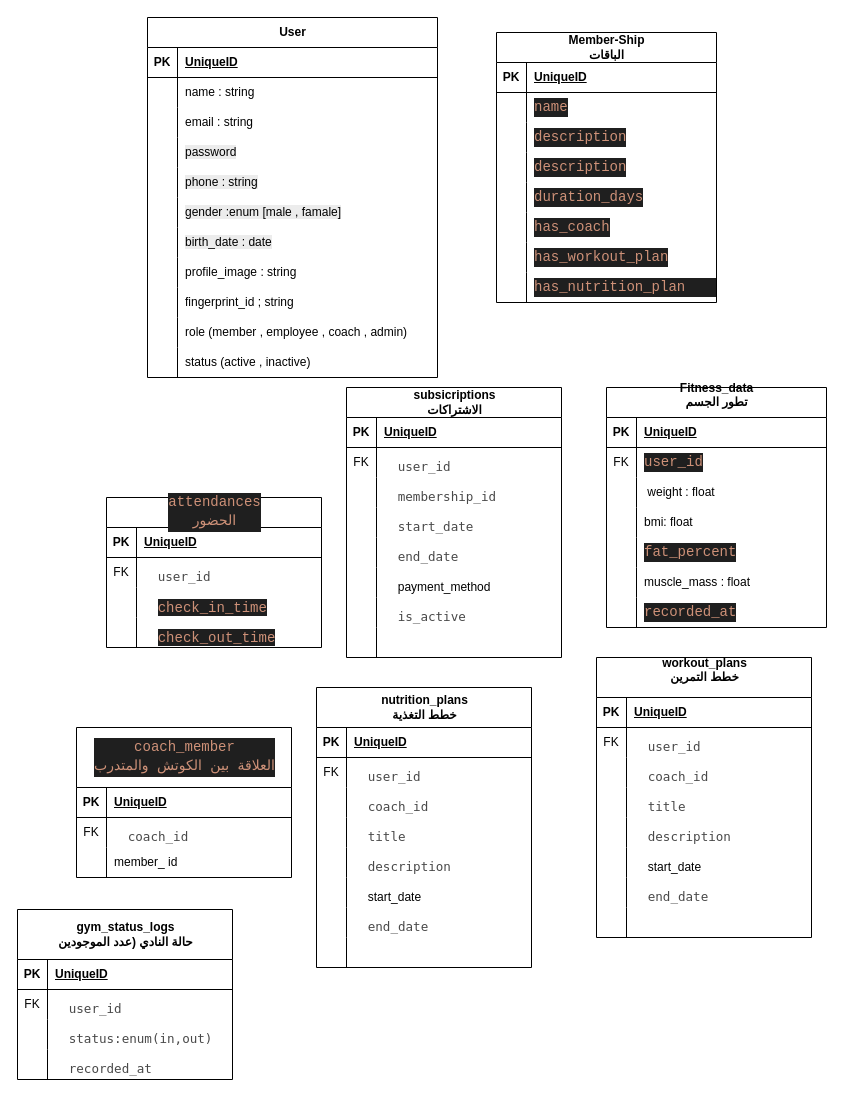
Above: Untitled Diagram.drawio in WaseemAlikhwan/Gym-System (draw.io), before the change. Source tidied: cells renumbered, new cells numbered last; positions are measured from the earlier drawing's top-left corner, leaving out a move shared by most shapes. Both pictures are drawn from the tidied source at 100%, with x=0, y=0 at pixel (17, 17).
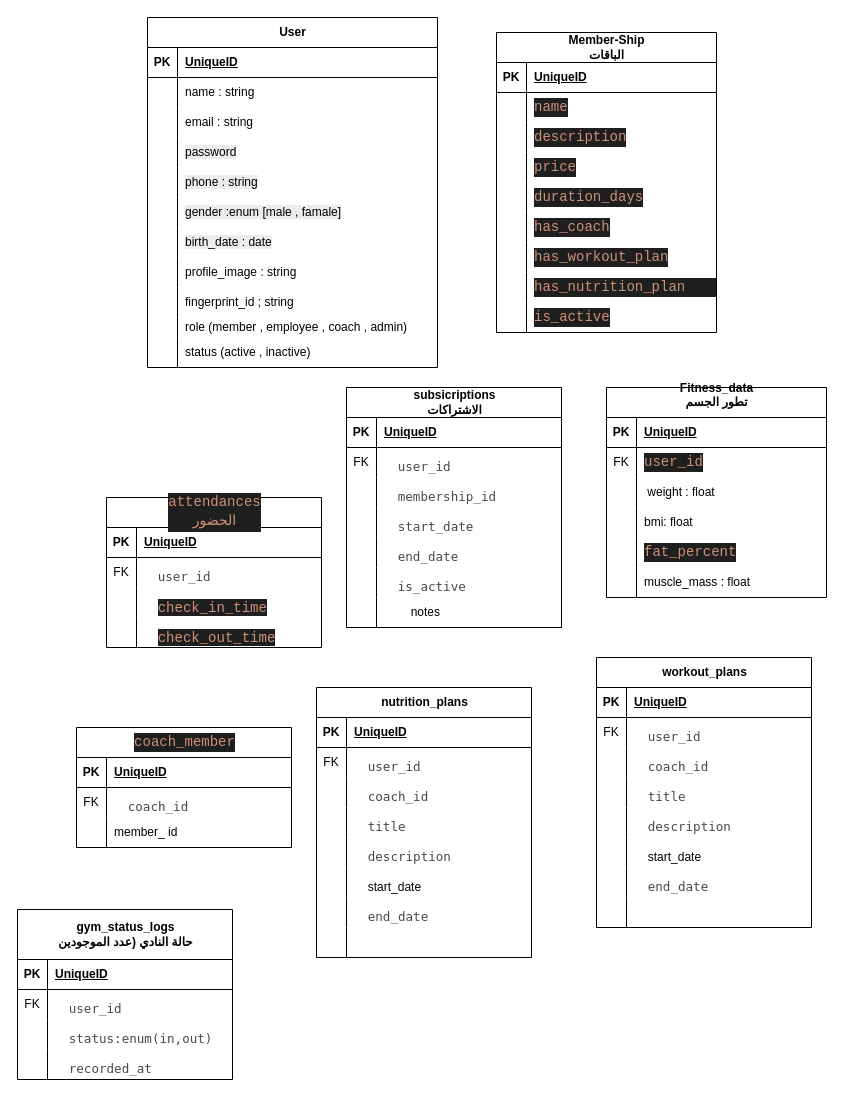
The same page after the edit.

Unchanged cells that the change refers to:
```xml
<mxCell id="12" style="shape=tableRow;horizontal=0;startSize=0;swimlaneHead=0;swimlaneBody=0;fillColor=none;top=0;left=0;right=0;bottom=0;" parent="2" vertex="1">
  <mxGeometry y="120" width="220" height="30" as="geometry" />
</mxCell>
```

What changed in the source:
```diff
@@
     <mxCell id="2" value="Member-Ship&lt;div&gt;الباقات&lt;/div&gt;" style="shape=table;startSize=30;childLayout=tableLayout;rowLines=0;fontStyle=1;align=center;html=1;" parent="1" vertex="1">
-      <mxGeometry x="479" y="15" width="220" height="270" as="geometry" />
+      <mxGeometry x="479" y="15" width="220" height="300" as="geometry" />
     </mxCell>
@@
-    <mxCell id="14" value="&lt;div style=&quot;color: rgb(204, 204, 204); background-color: rgb(31, 31, 31); font-family: Consolas, &amp;quot;Courier New&amp;quot;, monospace; font-size: 14px; line-height: 19px; white-space: pre;&quot;&gt;&lt;span style=&quot;color: #ce9178;&quot;&gt;description&lt;/span&gt;&lt;/div&gt;" style="shape=partialRectangle;fillColor=none;top=0;left=0;bottom=0;right=0;align=left;spacingLeft=6;overflow=hidden;whiteSpace=wrap;html=1;" parent="12" vertex="1">
+    <mxCell id="14" value="&lt;div style=&quot;color: rgb(204, 204, 204); background-color: rgb(31, 31, 31); font-family: Consolas, &amp;quot;Courier New&amp;quot;, monospace; font-size: 14px; line-height: 19px; white-space: pre;&quot;&gt;&lt;div style=&quot;line-height: 19px;&quot;&gt;&lt;span style=&quot;color: #ce9178;&quot;&gt;price&lt;/span&gt;&lt;/div&gt;&lt;/div&gt;" style="shape=partialRectangle;fillColor=none;top=0;left=0;bottom=0;right=0;align=left;spacingLeft=6;overflow=hidden;whiteSpace=wrap;html=1;" parent="12" vertex="1">
       <mxGeometry x="30" width="190" height="30" as="geometry" />
     </mxCell>
@@
+    <mxCell id="194" style="shape=tableRow;horizontal=0;startSize=0;swimlaneHead=0;swimlaneBody=0;fillColor=none;top=0;left=0;right=0;bottom=0;" parent="2" vertex="1">
+      <mxGeometry y="270" width="220" height="30" as="geometry" />
+    </mxCell>
+    <mxCell id="195" style="shape=partialRectangle;fillColor=none;top=0;left=0;bottom=0;right=0;overflow=hidden;whiteSpace=wrap;html=1;" parent="194" vertex="1">
+      <mxGeometry width="30" height="30" as="geometry" />
+    </mxCell>
+    <mxCell id="196" value="&lt;div style=&quot;color: rgb(204, 204, 204); background-color: rgb(31, 31, 31); font-family: Consolas, &amp;quot;Courier New&amp;quot;, monospace; font-size: 14px; line-height: 19px; white-space: pre;&quot;&gt;&lt;div style=&quot;line-height: 19px;&quot;&gt;&lt;div style=&quot;line-height: 19px;&quot;&gt;&lt;div style=&quot;line-height: 19px;&quot;&gt;&lt;span style=&quot;color: #ce9178;&quot;&gt;is_active&lt;/span&gt;&lt;/div&gt;&lt;/div&gt;&lt;/div&gt;&lt;/div&gt;" style="shape=partialRectangle;fillColor=none;top=0;left=0;bottom=0;right=0;align=left;spacingLeft=6;overflow=hidden;whiteSpace=wrap;html=1;" parent="194" vertex="1">
+      <mxGeometry x="30" width="190" height="30" as="geometry" />
+    </mxCell>
     <mxCell id="27" value="User" style="shape=table;startSize=30;childLayout=tableLayout;rowLines=0;fontStyle=1;align=center;html=1;" parent="1" vertex="1">
-      <mxGeometry x="130" width="290" height="360" as="geometry" />
+      <mxGeometry x="130" width="290" height="350" as="geometry" />
     </mxCell>
@@
     <mxCell id="55" style="shape=tableRow;horizontal=0;startSize=0;swimlaneHead=0;swimlaneBody=0;fillColor=none;top=0;left=0;right=0;bottom=0;" parent="27" vertex="1">
-      <mxGeometry y="300" width="290" height="30" as="geometry" />
+      <mxGeometry y="300" width="290" height="20" as="geometry" />
     </mxCell>
     <mxCell id="56" style="shape=partialRectangle;fillColor=none;top=0;left=0;bottom=0;right=0;overflow=hidden;whiteSpace=wrap;html=1;" parent="55" vertex="1">
-      <mxGeometry width="30" height="30" as="geometry" />
+      <mxGeometry width="30" height="20" as="geometry" />
     </mxCell>
     <mxCell id="57" value="role (member , employee , coach , admin)" style="shape=partialRectangle;fillColor=none;top=0;left=0;bottom=0;right=0;align=left;spacingLeft=6;overflow=hidden;whiteSpace=wrap;html=1;" parent="55" vertex="1">
-      <mxGeometry x="30" width="260" height="30" as="geometry" />
+      <mxGeometry x="30" width="260" height="20" as="geometry" />
     </mxCell>
     <mxCell id="58" style="shape=tableRow;horizontal=0;startSize=0;swimlaneHead=0;swimlaneBody=0;fillColor=none;top=0;left=0;right=0;bottom=0;" parent="27" vertex="1">
-      <mxGeometry y="330" width="290" height="30" as="geometry" />
+      <mxGeometry y="320" width="290" height="30" as="geometry" />
     </mxCell>
@@
     <mxCell id="61" value="Fitness_data&lt;div&gt;&lt;div&gt;تطور الجسم&lt;/div&gt;&lt;/div&gt;&lt;div&gt;&lt;br&gt;&lt;/div&gt;" style="shape=table;startSize=30;childLayout=tableLayout;rowLines=0;fontStyle=1;align=center;html=1;" parent="1" vertex="1">
-      <mxGeometry x="589" y="370" width="220" height="240" as="geometry" />
+      <mxGeometry x="589" y="370" width="220" height="210" as="geometry" />
     </mxCell>
@@
-    <mxCell id="80" style="shape=tableRow;horizontal=0;startSize=0;swimlaneHead=0;swimlaneBody=0;fillColor=none;top=0;left=0;right=0;bottom=0;" parent="61" vertex="1">
-      <mxGeometry y="210" width="220" height="30" as="geometry" />
-    </mxCell>
-    <mxCell id="81" style="shape=partialRectangle;fillColor=none;top=0;left=0;bottom=0;right=0;overflow=hidden;whiteSpace=wrap;html=1;" parent="80" vertex="1">
-      <mxGeometry width="30" height="30" as="geometry" />
-    </mxCell>
-    <mxCell id="82" value="&lt;div style=&quot;color: rgb(204, 204, 204); background-color: rgb(31, 31, 31); font-family: Consolas, &amp;quot;Courier New&amp;quot;, monospace; font-size: 14px; line-height: 19px; white-space: pre;&quot;&gt;&lt;span style=&quot;color: #ce9178;&quot;&gt;recorded_at&lt;/span&gt;&lt;/div&gt;" style="shape=partialRectangle;fillColor=none;top=0;left=0;bottom=0;right=0;align=left;spacingLeft=6;overflow=hidden;whiteSpace=wrap;html=1;" parent="80" vertex="1">
-      <mxGeometry x="30" width="190" height="30" as="geometry" />
-    </mxCell>
     <mxCell id="83" value="subsicriptions&lt;div&gt;الاشتراكات&lt;/div&gt;" style="shape=table;startSize=30;childLayout=tableLayout;rowLines=0;fontStyle=1;align=center;html=1;" parent="1" vertex="1">
-      <mxGeometry x="329" y="370" width="215" height="270" as="geometry" />
+      <mxGeometry x="329" y="370" width="215" height="240" as="geometry" />
     </mxCell>
@@
-    <mxCell id="99" style="shape=tableRow;horizontal=0;startSize=0;swimlaneHead=0;swimlaneBody=0;fillColor=none;top=0;left=0;right=0;bottom=0;" parent="83" vertex="1">
-      <mxGeometry y="180" width="215" height="30" as="geometry" />
-    </mxCell>
-    <mxCell id="100" style="shape=partialRectangle;fillColor=none;top=0;left=0;bottom=0;right=0;overflow=hidden;whiteSpace=wrap;html=1;" parent="99" vertex="1">
-      <mxGeometry width="30" height="30" as="geometry" />
-    </mxCell>
-    <mxCell id="101" value="&lt;pre style=&quot;font-family: Menlo, &amp;quot;Roboto Mono&amp;quot;, &amp;quot;Courier New&amp;quot;, Courier, monospace, Inter, sans-serif; overflow: auto; padding: 9.144px 13.716px; text-wrap-mode: wrap; word-break: break-all; color: rgb(73, 73, 73); font-size: 12.573px; margin: 0px !important;&quot;&gt;&lt;span style=&quot;color: rgb(0, 0, 0); font-family: Helvetica; font-size: 12px; white-space-collapse: collapse;&quot;&gt;payment_method&lt;/span&gt;&lt;/pre&gt;" style="shape=partialRectangle;fillColor=none;top=0;left=0;bottom=0;right=0;align=left;spacingLeft=6;overflow=hidden;whiteSpace=wrap;html=1;" parent="99" vertex="1">
-      <mxGeometry x="30" width="185" height="30" as="geometry" />
-    </mxCell>
     <mxCell id="102" style="shape=tableRow;horizontal=0;startSize=0;swimlaneHead=0;swimlaneBody=0;fillColor=none;top=0;left=0;right=0;bottom=0;" parent="83" vertex="1">
-      <mxGeometry y="210" width="215" height="30" as="geometry" />
+      <mxGeometry y="180" width="215" height="30" as="geometry" />
     </mxCell>
@@
     <mxCell id="105" style="shape=tableRow;horizontal=0;startSize=0;swimlaneHead=0;swimlaneBody=0;fillColor=none;top=0;left=0;right=0;bottom=0;" parent="83" vertex="1">
-      <mxGeometry y="240" width="215" height="30" as="geometry" />
+      <mxGeometry y="210" width="215" height="30" as="geometry" />
     </mxCell>
@@
-    <mxCell id="107" style="shape=partialRectangle;fillColor=none;top=0;left=0;bottom=0;right=0;align=left;spacingLeft=6;overflow=hidden;whiteSpace=wrap;html=1;" parent="105" vertex="1">
+    <mxCell id="107" value="&lt;span style=&quot;white-space: pre;&quot;&gt;&#9;&lt;/span&gt;notes" style="shape=partialRectangle;fillColor=none;top=0;left=0;bottom=0;right=0;align=left;spacingLeft=6;overflow=hidden;whiteSpace=wrap;html=1;" parent="105" vertex="1">
       <mxGeometry x="30" width="185" height="30" as="geometry" />
     </mxCell>
@@
-    <mxCell id="121" value="workout_plans&lt;div&gt;&lt;div&gt;خطط التمرين&lt;/div&gt;&lt;/div&gt;&lt;div&gt;&lt;br&gt;&lt;/div&gt;" style="shape=table;startSize=40;childLayout=tableLayout;rowLines=0;fontStyle=1;align=center;html=1;" parent="1" vertex="1">
-      <mxGeometry x="579" y="640" width="215" height="280" as="geometry" />
+    <mxCell id="121" value="workout_plans" style="shape=table;startSize=30;childLayout=tableLayout;rowLines=0;fontStyle=1;align=center;html=1;" parent="1" vertex="1">
+      <mxGeometry x="579" y="640" width="215" height="270" as="geometry" />
     </mxCell>
     <mxCell id="122" style="shape=tableRow;horizontal=0;startSize=0;swimlaneHead=0;swimlaneBody=0;fillColor=none;top=0;left=0;right=0;bottom=1;" parent="121" vertex="1">
-      <mxGeometry y="40" width="215" height="30" as="geometry" />
+      <mxGeometry y="30" width="215" height="30" as="geometry" />
     </mxCell>
@@
     <mxCell id="125" style="shape=tableRow;horizontal=0;startSize=0;swimlaneHead=0;swimlaneBody=0;fillColor=none;top=0;left=0;right=0;bottom=0;" parent="121" vertex="1">
-      <mxGeometry y="70" width="215" height="30" as="geometry" />
+      <mxGeometry y="60" width="215" height="30" as="geometry" />
     </mxCell>
@@
     <mxCell id="128" style="shape=tableRow;horizontal=0;startSize=0;swimlaneHead=0;swimlaneBody=0;fillColor=none;top=0;left=0;right=0;bottom=0;" parent="121" vertex="1">
-      <mxGeometry y="100" width="215" height="30" as="geometry" />
+      <mxGeometry y="90" width="215" height="30" as="geometry" />
     </mxCell>
@@
     <mxCell id="131" style="shape=tableRow;horizontal=0;startSize=0;swimlaneHead=0;swimlaneBody=0;fillColor=none;top=0;left=0;right=0;bottom=0;" parent="121" vertex="1">
-      <mxGeometry y="130" width="215" height="30" as="geometry" />
+      <mxGeometry y="120" width="215" height="30" as="geometry" />
     </mxCell>
@@
     <mxCell id="134" style="shape=tableRow;horizontal=0;startSize=0;swimlaneHead=0;swimlaneBody=0;fillColor=none;top=0;left=0;right=0;bottom=0;" parent="121" vertex="1">
-      <mxGeometry y="160" width="215" height="30" as="geometry" />
+      <mxGeometry y="150" width="215" height="30" as="geometry" />
     </mxCell>
@@
     <mxCell id="137" style="shape=tableRow;horizontal=0;startSize=0;swimlaneHead=0;swimlaneBody=0;fillColor=none;top=0;left=0;right=0;bottom=0;" parent="121" vertex="1">
-      <mxGeometry y="190" width="215" height="30" as="geometry" />
+      <mxGeometry y="180" width="215" height="30" as="geometry" />
     </mxCell>
@@
     <mxCell id="140" style="shape=tableRow;horizontal=0;startSize=0;swimlaneHead=0;swimlaneBody=0;fillColor=none;top=0;left=0;right=0;bottom=0;" parent="121" vertex="1">
-      <mxGeometry y="220" width="215" height="30" as="geometry" />
+      <mxGeometry y="210" width="215" height="30" as="geometry" />
     </mxCell>
@@
     <mxCell id="143" style="shape=tableRow;horizontal=0;startSize=0;swimlaneHead=0;swimlaneBody=0;fillColor=none;top=0;left=0;right=0;bottom=0;" parent="121" vertex="1">
-      <mxGeometry y="250" width="215" height="30" as="geometry" />
+      <mxGeometry y="240" width="215" height="30" as="geometry" />
     </mxCell>
@@
-    <mxCell id="146" value="nutrition_plans&lt;div&gt;خطط التغذية&lt;/div&gt;" style="shape=table;startSize=40;childLayout=tableLayout;rowLines=0;fontStyle=1;align=center;html=1;" parent="1" vertex="1">
-      <mxGeometry x="299" y="670" width="215" height="280" as="geometry" />
+    <mxCell id="146" value="nutrition_plans" style="shape=table;startSize=30;childLayout=tableLayout;rowLines=0;fontStyle=1;align=center;html=1;" parent="1" vertex="1">
+      <mxGeometry x="299" y="670" width="215" height="270" as="geometry" />
     </mxCell>
     <mxCell id="147" style="shape=tableRow;horizontal=0;startSize=0;swimlaneHead=0;swimlaneBody=0;fillColor=none;top=0;left=0;right=0;bottom=1;" parent="146" vertex="1">
-      <mxGeometry y="40" width="215" height="30" as="geometry" />
+      <mxGeometry y="30" width="215" height="30" as="geometry" />
     </mxCell>
@@
     <mxCell id="150" style="shape=tableRow;horizontal=0;startSize=0;swimlaneHead=0;swimlaneBody=0;fillColor=none;top=0;left=0;right=0;bottom=0;" parent="146" vertex="1">
-      <mxGeometry y="70" width="215" height="30" as="geometry" />
+      <mxGeometry y="60" width="215" height="30" as="geometry" />
     </mxCell>
@@
     <mxCell id="153" style="shape=tableRow;horizontal=0;startSize=0;swimlaneHead=0;swimlaneBody=0;fillColor=none;top=0;left=0;right=0;bottom=0;" parent="146" vertex="1">
-      <mxGeometry y="100" width="215" height="30" as="geometry" />
+      <mxGeometry y="90" width="215" height="30" as="geometry" />
     </mxCell>
@@
     <mxCell id="156" style="shape=tableRow;horizontal=0;startSize=0;swimlaneHead=0;swimlaneBody=0;fillColor=none;top=0;left=0;right=0;bottom=0;" parent="146" vertex="1">
-      <mxGeometry y="130" width="215" height="30" as="geometry" />
+      <mxGeometry y="120" width="215" height="30" as="geometry" />
     </mxCell>
@@
     <mxCell id="159" style="shape=tableRow;horizontal=0;startSize=0;swimlaneHead=0;swimlaneBody=0;fillColor=none;top=0;left=0;right=0;bottom=0;" parent="146" vertex="1">
-      <mxGeometry y="160" width="215" height="30" as="geometry" />
+      <mxGeometry y="150" width="215" height="30" as="geometry" />
     </mxCell>
@@
     <mxCell id="162" style="shape=tableRow;horizontal=0;startSize=0;swimlaneHead=0;swimlaneBody=0;fillColor=none;top=0;left=0;right=0;bottom=0;" parent="146" vertex="1">
-      <mxGeometry y="190" width="215" height="30" as="geometry" />
+      <mxGeometry y="180" width="215" height="30" as="geometry" />
     </mxCell>
@@
     <mxCell id="165" style="shape=tableRow;horizontal=0;startSize=0;swimlaneHead=0;swimlaneBody=0;fillColor=none;top=0;left=0;right=0;bottom=0;" parent="146" vertex="1">
-      <mxGeometry y="220" width="215" height="30" as="geometry" />
+      <mxGeometry y="210" width="215" height="30" as="geometry" />
     </mxCell>
@@
     <mxCell id="168" style="shape=tableRow;horizontal=0;startSize=0;swimlaneHead=0;swimlaneBody=0;fillColor=none;top=0;left=0;right=0;bottom=0;" parent="146" vertex="1">
-      <mxGeometry y="250" width="215" height="30" as="geometry" />
+      <mxGeometry y="240" width="215" height="30" as="geometry" />
     </mxCell>
@@
-    <mxCell id="171" value="&lt;div style=&quot;color: rgb(204, 204, 204); background-color: rgb(31, 31, 31); font-family: Consolas, &amp;quot;Courier New&amp;quot;, monospace; font-weight: normal; font-size: 14px; line-height: 19px; white-space-collapse: preserve;&quot;&gt;&lt;span style=&quot;color: rgb(206, 145, 120);&quot;&gt;coach_member&lt;/span&gt;&lt;/div&gt;&lt;div style=&quot;background-color: rgb(31, 31, 31); line-height: 19px; color: rgb(204, 204, 204);&quot;&gt;&lt;span style=&quot;color: rgb(206, 145, 120);&quot;&gt;&lt;font face=&quot;Consolas, Courier New, monospace&quot; color=&quot;#ce9178&quot;&gt;&lt;span style=&quot;font-size: 14px; font-weight: 400; white-space-collapse: preserve;&quot;&gt;العلاقة بين الكوتش والمتدرب&lt;/span&gt;&lt;/font&gt;&lt;/span&gt;&lt;/div&gt;" style="shape=table;startSize=60;childLayout=tableLayout;rowLines=0;fontStyle=1;align=center;html=1;" parent="1" vertex="1">
-      <mxGeometry x="59" y="710" width="215" height="150" as="geometry" />
+    <mxCell id="171" value="&lt;div style=&quot;color: rgb(204, 204, 204); background-color: rgb(31, 31, 31); font-family: Consolas, &amp;quot;Courier New&amp;quot;, monospace; font-weight: normal; font-size: 14px; line-height: 19px; white-space-collapse: preserve;&quot;&gt;&lt;span style=&quot;color: rgb(206, 145, 120);&quot;&gt;coach_member&lt;/span&gt;&lt;/div&gt;" style="shape=table;startSize=30;childLayout=tableLayout;rowLines=0;fontStyle=1;align=center;html=1;" parent="1" vertex="1">
+      <mxGeometry x="59" y="710" width="215" height="120" as="geometry" />
     </mxCell>
     <mxCell id="172" style="shape=tableRow;horizontal=0;startSize=0;swimlaneHead=0;swimlaneBody=0;fillColor=none;top=0;left=0;right=0;bottom=1;" parent="171" vertex="1">
-      <mxGeometry y="60" width="215" height="30" as="geometry" />
+      <mxGeometry y="30" width="215" height="30" as="geometry" />
     </mxCell>
@@
     <mxCell id="175" style="shape=tableRow;horizontal=0;startSize=0;swimlaneHead=0;swimlaneBody=0;fillColor=none;top=0;left=0;right=0;bottom=0;" parent="171" vertex="1">
-      <mxGeometry y="90" width="215" height="30" as="geometry" />
+      <mxGeometry y="60" width="215" height="30" as="geometry" />
     </mxCell>
@@
     <mxCell id="178" style="shape=tableRow;horizontal=0;startSize=0;swimlaneHead=0;swimlaneBody=0;fillColor=none;top=0;left=0;right=0;bottom=0;" parent="171" vertex="1">
-      <mxGeometry y="120" width="215" height="30" as="geometry" />
+      <mxGeometry y="90" width="215" height="30" as="geometry" />
     </mxCell>
```
